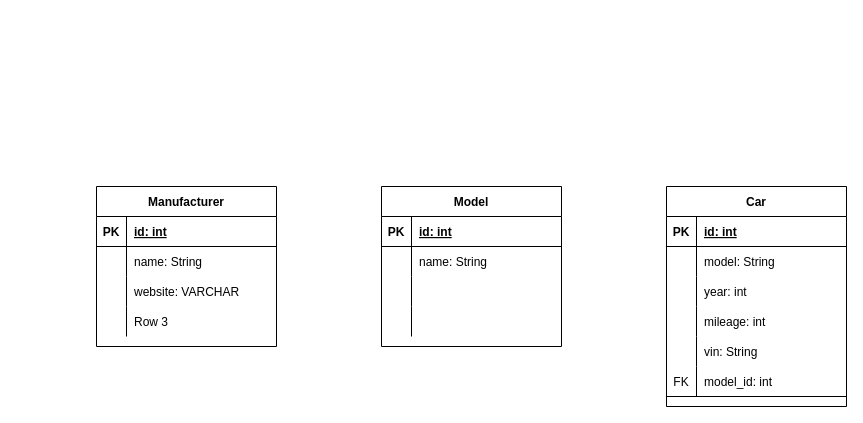
The draw.io diagram db.drawio in MooreSA/praxes-demo, before the edit. Source tidied: cells renumbered, new cells numbered last; positions are measured from the earlier drawing's top-left corner, leaving out a move shared by most shapes. Both pictures are drawn from the tidied source at 100%, with x=0, y=0 at pixel (96, 186).
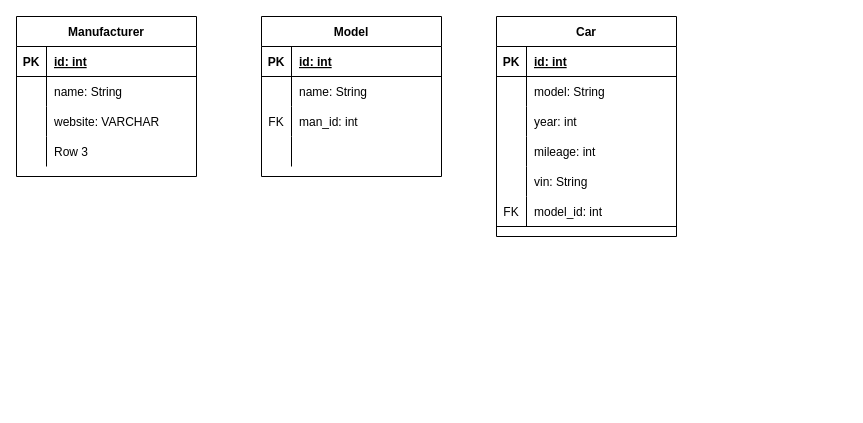
The same diagram, later.

What changed in the source:
```diff
@@
     <mxCell id="2" value="Manufacturer" style="shape=table;startSize=30;childLayout=tableLayout;rowLines=0;fontStyle=1;align=center;" parent="1" vertex="1">
-      <mxGeometry width="180" height="160" as="geometry" />
+      <mxGeometry x="-80" y="-170" width="180" height="160" as="geometry" />
     </mxCell>
@@
     <mxCell id="15" value="Car" style="shape=table;startSize=30;childLayout=tableLayout;rowLines=0;fontStyle=1;align=center;" parent="1" vertex="1">
-      <mxGeometry x="570" width="180" height="220" as="geometry" />
+      <mxGeometry x="400" y="-170" width="180" height="220" as="geometry" />
     </mxCell>
@@
     <mxCell id="34" value="Model" style="shape=table;startSize=30;childLayout=tableLayout;rowLines=0;fontStyle=1;align=center;" parent="1" vertex="1">
-      <mxGeometry x="285" width="180" height="160" as="geometry" />
+      <mxGeometry x="165" y="-170" width="180" height="160" as="geometry" />
     </mxCell>
@@
-    <mxCell id="41" style="shape=tableRow;horizontal=0;startSize=0;swimlaneHead=0;swimlaneBody=0;fillColor=none;top=0;left=0;right=0;bottom=0;" parent="34" vertex="1">
-      <mxGeometry y="90" width="180" height="30" as="geometry" />
-    </mxCell>
-    <mxCell id="42" style="shape=partialRectangle;fillColor=none;top=0;left=0;bottom=0;right=0;overflow=hidden;" parent="41" vertex="1">
-      <mxGeometry width="30" height="30" as="geometry" />
-    </mxCell>
-    <mxCell id="43" style="shape=partialRectangle;fillColor=none;top=0;left=0;bottom=0;right=0;align=left;spacingLeft=6;overflow=hidden;" parent="41" vertex="1">
-      <mxGeometry x="30" width="150" height="30" as="geometry" />
-    </mxCell>
+    <mxCell id="47" style="shape=partialRectangle;fillColor=none;top=0;left=0;bottom=0;right=0;" parent="34" vertex="1">
+      <mxGeometry y="90" width="180" height="30" as="geometry" />
+    </mxCell>
+    <mxCell id="48" value="FK" style="shape=partialRectangle;fillColor=none;top=0;left=0;bottom=0;right=0;fontStyle=0;overflow=hidden;" parent="47" vertex="1">
+      <mxGeometry width="30" height="30" as="geometry" />
+    </mxCell>
+    <mxCell id="49" value="man_id: int" style="shape=partialRectangle;fillColor=none;top=0;left=0;bottom=0;right=0;align=left;spacingLeft=6;fontStyle=0;overflow=hidden;" parent="47" vertex="1">
+      <mxGeometry x="30" width="150" height="30" as="geometry" />
+    </mxCell>
```
